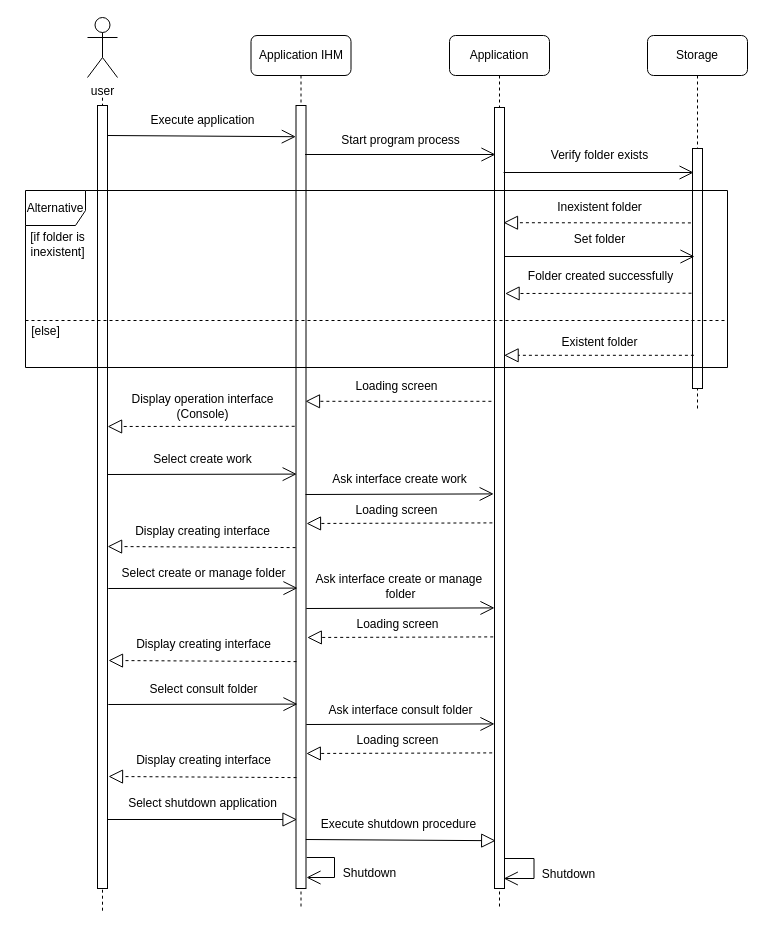
Above: console diagram.drawio in Weicheng178/UML (draw.io), before the change. Source tidied: cells renumbered, new cells numbered last; positions are measured from the earlier drawing's top-left corner, leaving out a move shared by most shapes. Both pictures are drawn from the tidied source at 100%, with x=0, y=0 at pixel (17, 17).
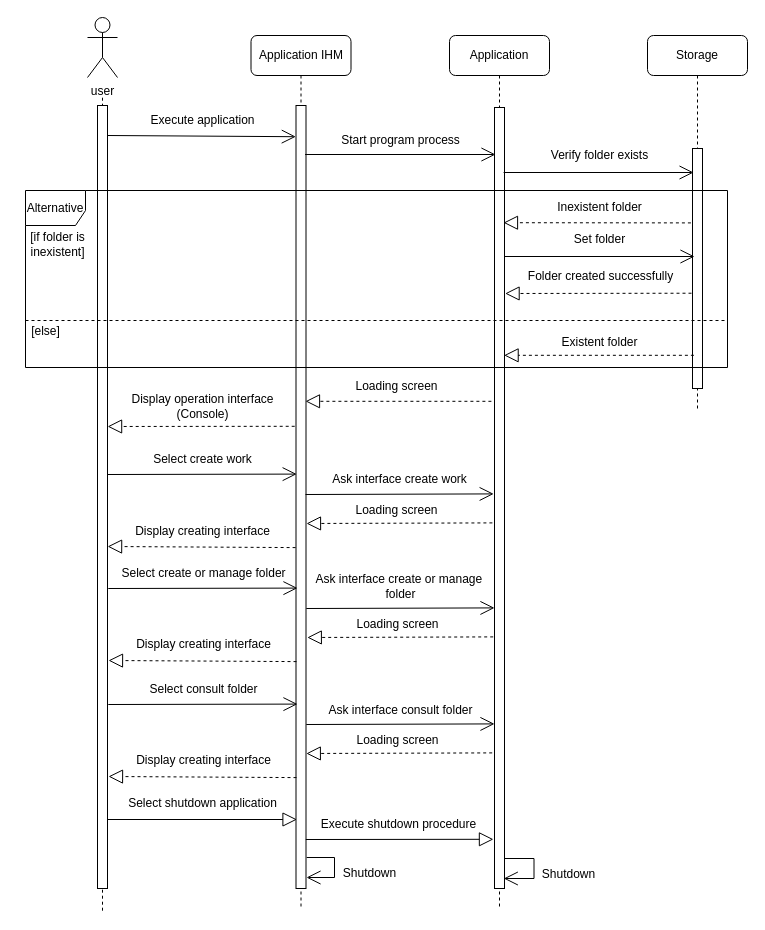
After the change.

The change refers to these unchanged cells:
```xml
<mxCell id="9" style="html=1;points=[];perimeter=orthogonalPerimeter;rounded=0;glass=0;labelBackgroundColor=none;fillStyle=auto;" parent="1" vertex="1">
  <mxGeometry x="477" y="90" width="10" height="781" as="geometry" />
</mxCell>
```

Diff of the diagram source:
```diff
@@
-    <mxCell id="33" style="endArrow=block;endFill=0;endSize=12;html=1;rounded=1;entryX=0.116;entryY=0.979;entryDx=0;entryDy=0;entryPerimeter=0;" parent="1" edge="1">
+    <mxCell id="33" style="endArrow=block;endFill=0;endSize=12;html=1;rounded=1;entryX=-0.106;entryY=0.937;entryDx=0;entryDy=0;entryPerimeter=0;" parent="1" edge="1" target="9">
       <mxGeometry relative="1" as="geometry">
         <mxPoint x="288.3" y="822" as="sourcePoint" />
-        <mxPoint x="478.2" y="823.2" as="targetPoint" />
       </mxGeometry>
     </mxCell>
```
